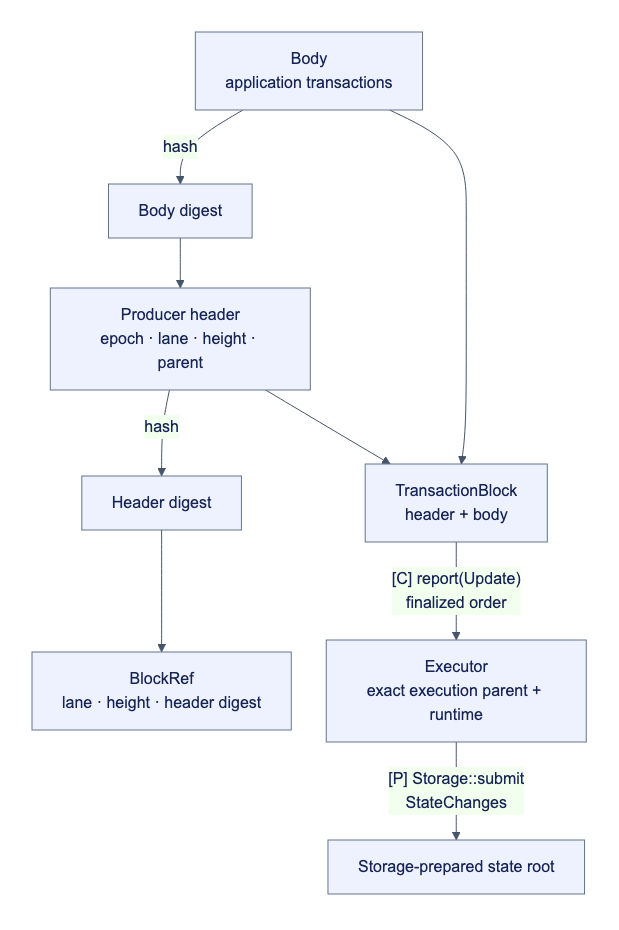
Earlier version of the Mermaid export docs/assets/diagrams/diagram-23.png (djm07073/baton). Its source is kept beside it as docs/assets/diagrams/diagram-23.mmd. The source it was exported from:
```mermaid
flowchart TB
    B["Body<br/>application transactions"] -->|"hash"| BD["Body digest"]
    BD --> H["Producer header<br/>epoch · lane · height · parent"]
    H -->|"hash"| HD["Header digest"]
    HD --> R["BlockRef<br/>lane · height · header digest"]
    H --> F["TransactionBlock<br/>header + body"]
    B --> F
    F -->|"[C] report(Update)<br/>finalized order"| E["Executor<br/>exact execution parent + runtime"]
    E -->|"[P] Storage::submit<br/>StateChanges"| S["Storage-prepared state root"]
```
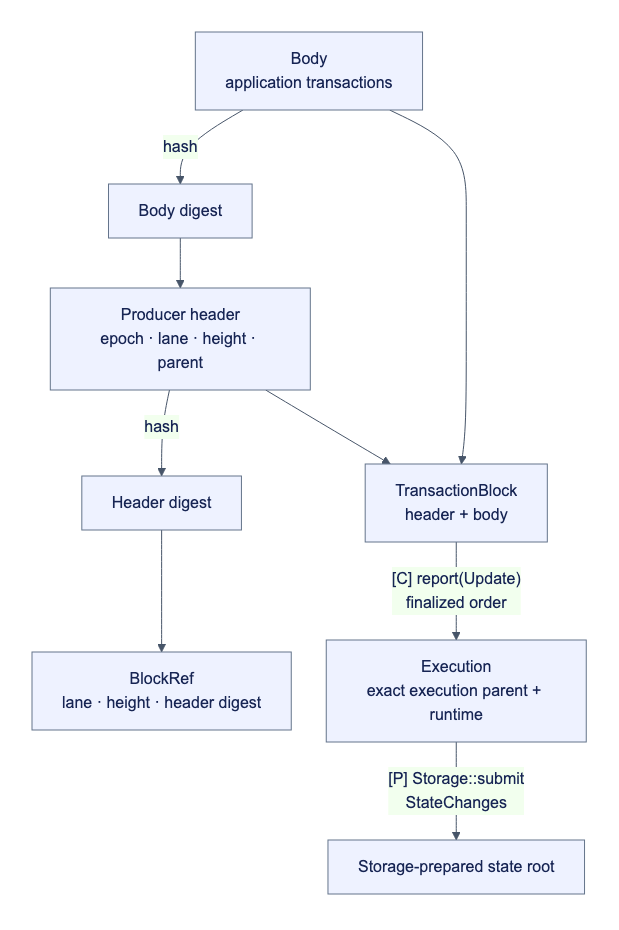
The same diagram one commit later.

What changed in the source:
```diff
@@ -5,5 +5,5 @@
     HD --> R["BlockRef<br/>lane · height · header digest"]
     H --> F["TransactionBlock<br/>header + body"]
     B --> F
-    F -->|"[C] report(Update)<br/>finalized order"| E["Executor<br/>exact execution parent + runtime"]
+    F -->|"[C] report(Update)<br/>finalized order"| E["Execution<br/>exact execution parent + runtime"]
     E -->|"[P] Storage::submit<br/>StateChanges"| S["Storage-prepared state root"]
```
